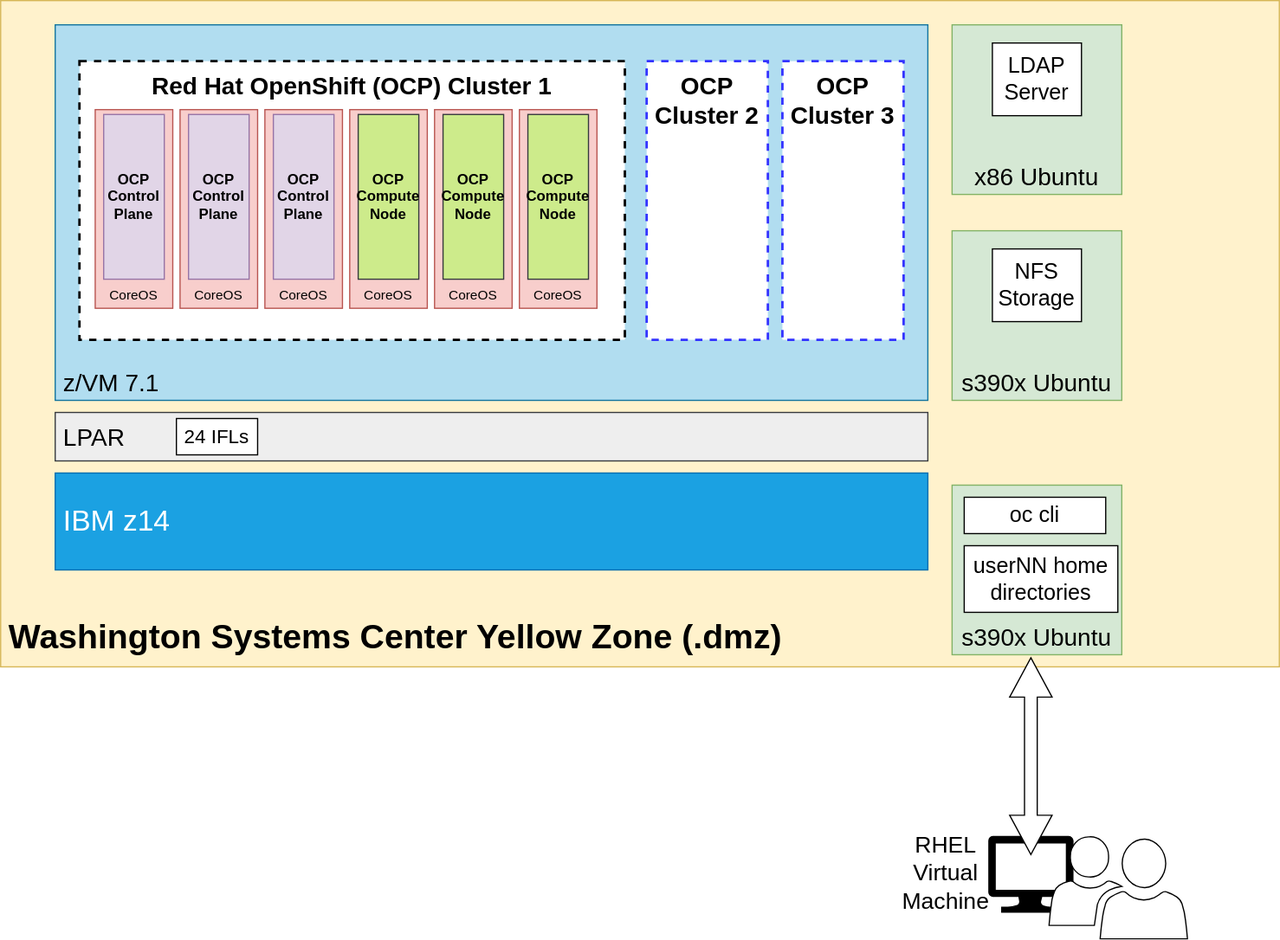
Above: docs/ocpz-workshop-arch.drawio.svg in mmondics/ocp-z-workshop (draw.io), before the change. Source tidied: cells renumbered, new cells last; positions are measured from the earlier drawing's top-left corner, leaving out a move shared by most shapes.
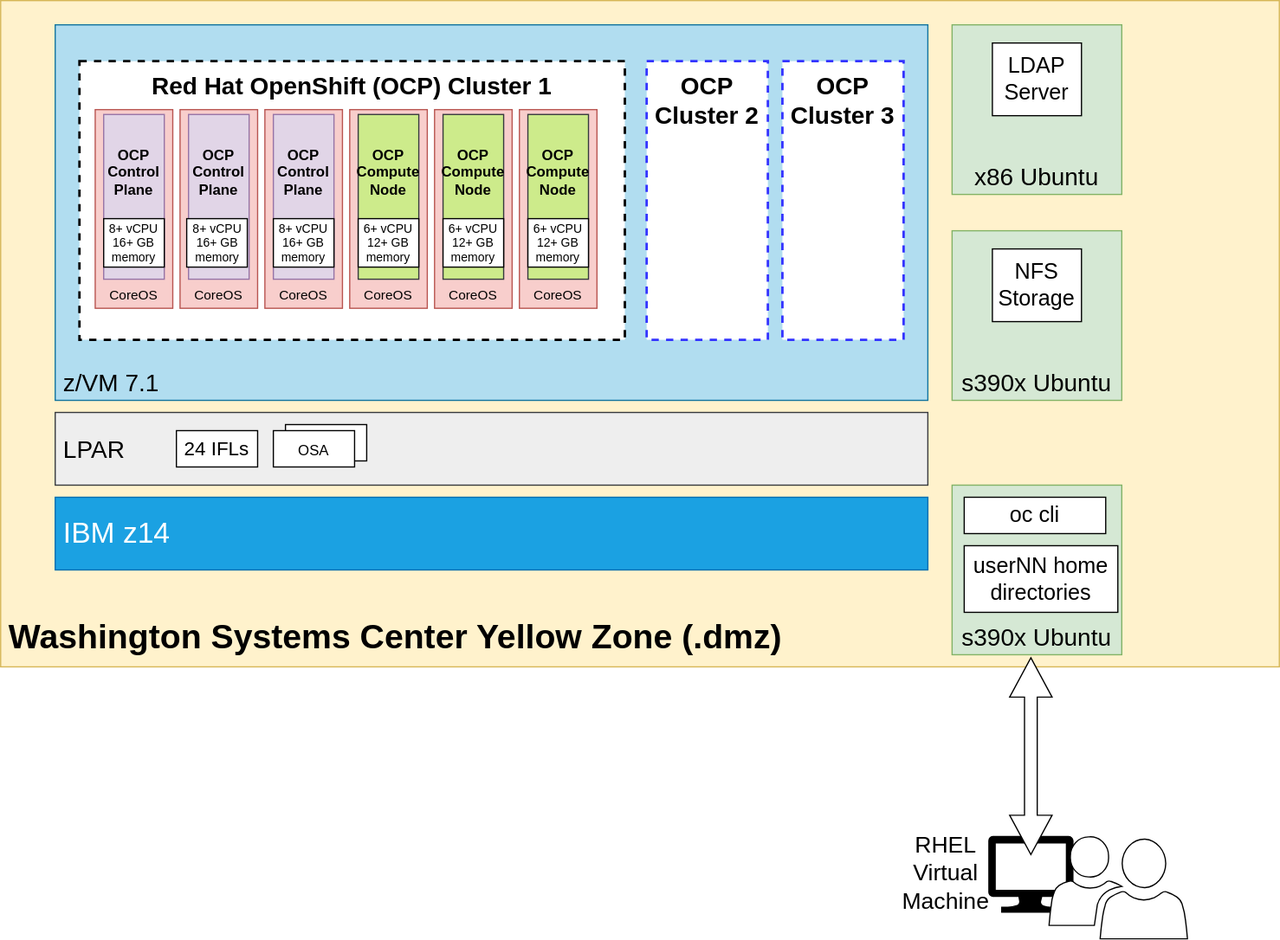
Above is the later version.

Diff of the diagram source:
```diff
@@ -15,10 +15,10 @@
       <mxGeometry x="65" y="50" width="450" height="230" as="geometry" />
     </mxCell>
     <mxCell id="6" value="&lt;div align=&quot;left&quot;&gt;&lt;font style=&quot;font-size: 24px&quot;&gt;IBM z14&lt;/font&gt;&lt;br&gt;&lt;/div&gt;" style="rounded=0;whiteSpace=wrap;html=1;align=left;fillColor=#1ba1e2;strokeColor=#006EAF;fontColor=#ffffff;spacingLeft=5;" parent="1" vertex="1">
-      <mxGeometry x="45" y="390" width="720" height="80" as="geometry" />
+      <mxGeometry x="45" y="410" width="720" height="60" as="geometry" />
     </mxCell>
     <mxCell id="7" value="&lt;font style=&quot;font-size: 20px&quot;&gt;LPAR&lt;/font&gt;" style="rounded=0;whiteSpace=wrap;html=1;align=left;fillColor=#eeeeee;strokeColor=#36393d;spacingLeft=5;" parent="1" vertex="1">
-      <mxGeometry x="45" y="340" width="720" height="40" as="geometry" />
+      <mxGeometry x="45" y="340" width="720" height="60" as="geometry" />
     </mxCell>
     <mxCell id="8" value="OCP Cluster 2" style="rounded=0;whiteSpace=wrap;html=1;labelBackgroundColor=none;fontSize=20;align=center;dashed=1;strokeColor=#3333FF;verticalAlign=top;fontStyle=1;strokeWidth=2;spacing=4;" parent="1" vertex="1">
       <mxGeometry x="533" y="50" width="100" height="230" as="geometry" />
@@ -29,7 +29,7 @@
     <mxCell id="10" value="&lt;font style=&quot;font-size: 11px&quot;&gt;CoreOS&lt;/font&gt;" style="rounded=0;whiteSpace=wrap;html=1;labelBackgroundColor=none;fontSize=20;strokeColor=#b85450;strokeWidth=1;align=center;verticalAlign=bottom;fillColor=#f8cecc;" parent="1" vertex="1">
       <mxGeometry x="78" y="90" width="64" height="164" as="geometry" />
     </mxCell>
-    <mxCell id="11" value="&lt;div style=&quot;font-size: 12px;&quot;&gt;OCP Control Plane&lt;br style=&quot;font-size: 12px;&quot;&gt;&lt;/div&gt;" style="rounded=0;whiteSpace=wrap;html=1;labelBackgroundColor=none;fontSize=12;align=center;fontStyle=1;fillColor=#e1d5e7;strokeColor=#9673a6;" parent="1" vertex="1">
+    <mxCell id="11" value="&lt;div style=&quot;font-size: 12px;&quot;&gt;OCP Control Plane&lt;br style=&quot;font-size: 12px;&quot;&gt;&lt;/div&gt;" style="rounded=0;whiteSpace=wrap;html=1;labelBackgroundColor=none;fontSize=12;align=center;fontStyle=1;fillColor=#e1d5e7;strokeColor=#9673a6;verticalAlign=top;spacingTop=20;" parent="1" vertex="1">
       <mxGeometry x="85" y="94" width="50" height="136" as="geometry" />
     </mxCell>
     <mxCell id="12" value="&lt;font style=&quot;font-size: 11px&quot;&gt;CoreOS&lt;/font&gt;" style="rounded=0;whiteSpace=wrap;html=1;labelBackgroundColor=none;fontSize=20;strokeColor=#b85450;strokeWidth=1;align=center;verticalAlign=bottom;fillColor=#f8cecc;" parent="1" vertex="1">
@@ -47,23 +47,23 @@
     <mxCell id="16" value="&lt;font style=&quot;font-size: 11px&quot;&gt;CoreOS&lt;/font&gt;" style="rounded=0;whiteSpace=wrap;html=1;labelBackgroundColor=none;fontSize=20;strokeColor=#b85450;strokeWidth=1;align=center;verticalAlign=bottom;fillColor=#f8cecc;" parent="1" vertex="1">
       <mxGeometry x="428" y="90" width="64" height="164" as="geometry" />
     </mxCell>
-    <mxCell id="17" value="&lt;div style=&quot;font-size: 12px;&quot;&gt;OCP Control Plane&lt;br style=&quot;font-size: 12px;&quot;&gt;&lt;/div&gt;" style="rounded=0;whiteSpace=wrap;html=1;labelBackgroundColor=none;fontSize=12;align=center;fontStyle=1;fillColor=#e1d5e7;strokeColor=#9673a6;" parent="1" vertex="1">
+    <mxCell id="17" value="&lt;div style=&quot;font-size: 12px;&quot;&gt;OCP Control Plane&lt;br style=&quot;font-size: 12px;&quot;&gt;&lt;/div&gt;" style="rounded=0;whiteSpace=wrap;html=1;labelBackgroundColor=none;fontSize=12;align=center;fontStyle=1;fillColor=#e1d5e7;strokeColor=#9673a6;verticalAlign=top;spacingTop=20;" parent="1" vertex="1">
       <mxGeometry x="155" y="94" width="50" height="136" as="geometry" />
     </mxCell>
-    <mxCell id="18" value="&lt;div style=&quot;font-size: 12px;&quot;&gt;OCP Control Plane&lt;br style=&quot;font-size: 12px;&quot;&gt;&lt;/div&gt;" style="rounded=0;whiteSpace=wrap;html=1;labelBackgroundColor=none;fontSize=12;align=center;fontStyle=1;fillColor=#e1d5e7;strokeColor=#9673a6;" parent="1" vertex="1">
+    <mxCell id="18" value="&lt;div style=&quot;font-size: 12px;&quot;&gt;OCP Control Plane&lt;br style=&quot;font-size: 12px;&quot;&gt;&lt;/div&gt;" style="rounded=0;whiteSpace=wrap;html=1;labelBackgroundColor=none;fontSize=12;align=center;fontStyle=1;fillColor=#e1d5e7;strokeColor=#9673a6;verticalAlign=top;spacingTop=20;" parent="1" vertex="1">
       <mxGeometry x="225" y="94" width="50" height="136" as="geometry" />
     </mxCell>
-    <mxCell id="19" value="&lt;div style=&quot;font-size: 12px;&quot;&gt;OCP Compute Node&lt;br style=&quot;font-size: 12px;&quot;&gt;&lt;/div&gt;" style="rounded=0;whiteSpace=wrap;html=1;labelBackgroundColor=none;fontSize=12;align=center;fontStyle=1;fillColor=#cdeb8b;strokeColor=#36393d;" parent="1" vertex="1">
+    <mxCell id="19" value="&lt;div style=&quot;font-size: 12px;&quot;&gt;OCP Compute Node&lt;br style=&quot;font-size: 12px;&quot;&gt;&lt;/div&gt;" style="rounded=0;whiteSpace=wrap;html=1;labelBackgroundColor=none;fontSize=12;align=center;fontStyle=1;fillColor=#cdeb8b;strokeColor=#36393d;verticalAlign=top;spacingTop=20;" parent="1" vertex="1">
       <mxGeometry x="295" y="94" width="50" height="136" as="geometry" />
     </mxCell>
-    <mxCell id="20" value="&lt;div style=&quot;font-size: 12px;&quot;&gt;OCP Compute Node&lt;br style=&quot;font-size: 12px;&quot;&gt;&lt;/div&gt;" style="rounded=0;whiteSpace=wrap;html=1;labelBackgroundColor=none;fontSize=12;align=center;fontStyle=1;fillColor=#cdeb8b;strokeColor=#36393d;" parent="1" vertex="1">
+    <mxCell id="20" value="&lt;div style=&quot;font-size: 12px;&quot;&gt;OCP Compute Node&lt;br style=&quot;font-size: 12px;&quot;&gt;&lt;/div&gt;" style="rounded=0;whiteSpace=wrap;html=1;labelBackgroundColor=none;fontSize=12;align=center;fontStyle=1;fillColor=#cdeb8b;strokeColor=#36393d;verticalAlign=top;spacingTop=20;" parent="1" vertex="1">
       <mxGeometry x="365" y="94" width="50" height="136" as="geometry" />
     </mxCell>
-    <mxCell id="21" value="&lt;div style=&quot;font-size: 12px;&quot;&gt;OCP Compute Node&lt;br style=&quot;font-size: 12px;&quot;&gt;&lt;/div&gt;" style="rounded=0;whiteSpace=wrap;html=1;labelBackgroundColor=none;fontSize=12;align=center;fontStyle=1;fillColor=#cdeb8b;strokeColor=#36393d;" parent="1" vertex="1">
+    <mxCell id="21" value="&lt;div style=&quot;font-size: 12px;&quot;&gt;OCP Compute Node&lt;br style=&quot;font-size: 12px;&quot;&gt;&lt;/div&gt;" style="rounded=0;whiteSpace=wrap;html=1;labelBackgroundColor=none;fontSize=12;align=center;fontStyle=1;fillColor=#cdeb8b;strokeColor=#36393d;verticalAlign=top;spacingTop=20;" parent="1" vertex="1">
       <mxGeometry x="435" y="94" width="50" height="136" as="geometry" />
     </mxCell>
     <mxCell id="22" value="&lt;font style=&quot;font-size: 16px&quot;&gt;24 IFLs&lt;br&gt;&lt;/font&gt;" style="rounded=0;whiteSpace=wrap;html=1;labelBackgroundColor=none;fontSize=12;strokeWidth=1;align=center;verticalAlign=middle;" parent="1" vertex="1">
-      <mxGeometry x="145" y="345" width="67" height="30" as="geometry" />
+      <mxGeometry x="145" y="355" width="67" height="30" as="geometry" />
     </mxCell>
     <mxCell id="23" style="sketch=0;shadow=0;dashed=0;html=1;labelPosition=center;verticalLabelPosition=bottom;verticalAlign=top;align=center;shape=mxgraph.mscae.intune.user_group;labelBackgroundColor=none;fontSize=16;" parent="1" vertex="1">
       <mxGeometry x="865" y="690" width="114.2" height="84.5" as="geometry" />
@@ -95,5 +95,29 @@
     <mxCell id="32" value="&lt;font style=&quot;font-size: 18px&quot;&gt;userNN home directories&lt;/font&gt;" style="rounded=0;whiteSpace=wrap;html=1;labelBackgroundColor=none;fontSize=12;strokeWidth=1;align=center;verticalAlign=middle;" parent="1" vertex="1">
       <mxGeometry x="795" y="450" width="126.8" height="55" as="geometry" />
     </mxCell>
+    <mxCell id="33" value="OSA&lt;font style=&quot;font-size: 16px&quot;&gt;&lt;br&gt;&lt;/font&gt;" style="rounded=0;whiteSpace=wrap;html=1;labelBackgroundColor=none;fontSize=12;strokeWidth=1;align=center;verticalAlign=middle;" parent="1" vertex="1">
+      <mxGeometry x="235" y="350" width="67" height="30" as="geometry" />
+    </mxCell>
+    <mxCell id="34" value="OSA&lt;font style=&quot;font-size: 16px&quot;&gt;&lt;br&gt;&lt;/font&gt;" style="rounded=0;whiteSpace=wrap;html=1;labelBackgroundColor=none;fontSize=12;strokeWidth=1;align=center;verticalAlign=middle;" parent="1" vertex="1">
+      <mxGeometry x="225" y="355" width="67" height="30" as="geometry" />
+    </mxCell>
+    <mxCell id="35" value="&lt;div style=&quot;font-size: 10px&quot;&gt;&lt;font style=&quot;font-size: 10px&quot;&gt;8+ vCPU&lt;/font&gt;&lt;/div&gt;&lt;div style=&quot;font-size: 10px&quot;&gt;&lt;font style=&quot;font-size: 10px&quot;&gt;16+ GB memory&lt;br&gt;&lt;/font&gt;&lt;/div&gt;" style="rounded=0;whiteSpace=wrap;html=1;labelBackgroundColor=none;fontSize=12;strokeWidth=1;align=center;verticalAlign=middle;" parent="1" vertex="1">
+      <mxGeometry x="85" y="180" width="50" height="40" as="geometry" />
+    </mxCell>
+    <mxCell id="36" value="&lt;div style=&quot;font-size: 10px&quot;&gt;&lt;font style=&quot;font-size: 10px&quot;&gt;8+ vCPU&lt;/font&gt;&lt;/div&gt;&lt;div style=&quot;font-size: 10px&quot;&gt;&lt;font style=&quot;font-size: 10px&quot;&gt;16+ GB memory&lt;br&gt;&lt;/font&gt;&lt;/div&gt;" style="rounded=0;whiteSpace=wrap;html=1;labelBackgroundColor=none;fontSize=12;strokeWidth=1;align=center;verticalAlign=middle;" parent="1" vertex="1">
+      <mxGeometry x="153.5" y="180" width="50" height="40" as="geometry" />
+    </mxCell>
+    <mxCell id="37" value="&lt;div style=&quot;font-size: 10px&quot;&gt;&lt;font style=&quot;font-size: 10px&quot;&gt;8+ vCPU&lt;/font&gt;&lt;/div&gt;&lt;div style=&quot;font-size: 10px&quot;&gt;&lt;font style=&quot;font-size: 10px&quot;&gt;16+ GB memory&lt;br&gt;&lt;/font&gt;&lt;/div&gt;" style="rounded=0;whiteSpace=wrap;html=1;labelBackgroundColor=none;fontSize=12;strokeWidth=1;align=center;verticalAlign=middle;" parent="1" vertex="1">
+      <mxGeometry x="225" y="180" width="50" height="40" as="geometry" />
+    </mxCell>
+    <mxCell id="38" value="&lt;div style=&quot;font-size: 10px&quot;&gt;&lt;font style=&quot;font-size: 10px&quot;&gt;6+ vCPU&lt;/font&gt;&lt;/div&gt;&lt;div style=&quot;font-size: 10px&quot;&gt;&lt;font style=&quot;font-size: 10px&quot;&gt;12+ GB memory&lt;br&gt;&lt;/font&gt;&lt;/div&gt;" style="rounded=0;whiteSpace=wrap;html=1;labelBackgroundColor=none;fontSize=12;strokeWidth=1;align=center;verticalAlign=middle;" parent="1" vertex="1">
+      <mxGeometry x="295" y="180" width="50" height="40" as="geometry" />
+    </mxCell>
+    <mxCell id="39" value="&lt;div style=&quot;font-size: 10px&quot;&gt;&lt;font style=&quot;font-size: 10px&quot;&gt;6+ vCPU&lt;/font&gt;&lt;/div&gt;&lt;div style=&quot;font-size: 10px&quot;&gt;&lt;font style=&quot;font-size: 10px&quot;&gt;12+ GB memory&lt;br&gt;&lt;/font&gt;&lt;/div&gt;" style="rounded=0;whiteSpace=wrap;html=1;labelBackgroundColor=none;fontSize=12;strokeWidth=1;align=center;verticalAlign=middle;" parent="1" vertex="1">
+      <mxGeometry x="365" y="180" width="50" height="40" as="geometry" />
+    </mxCell>
+    <mxCell id="40" value="&lt;div style=&quot;font-size: 10px&quot;&gt;&lt;font style=&quot;font-size: 10px&quot;&gt;6+ vCPU&lt;/font&gt;&lt;/div&gt;&lt;div style=&quot;font-size: 10px&quot;&gt;&lt;font style=&quot;font-size: 10px&quot;&gt;12+ GB memory&lt;br&gt;&lt;/font&gt;&lt;/div&gt;" style="rounded=0;whiteSpace=wrap;html=1;labelBackgroundColor=none;fontSize=12;strokeWidth=1;align=center;verticalAlign=middle;" parent="1" vertex="1">
+      <mxGeometry x="435" y="180" width="50" height="40" as="geometry" />
+    </mxCell>
   </root>
 </mxGraphModel>
```
